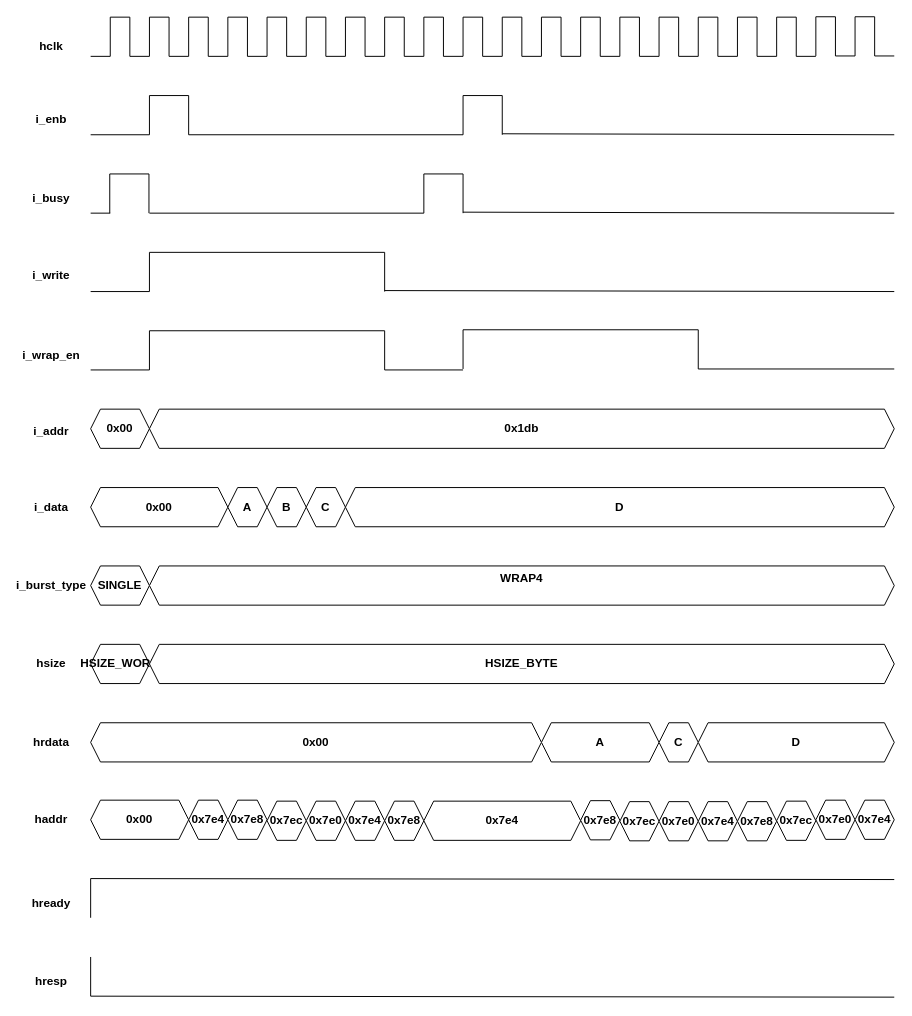
The draw.io diagram page "WRAP4" (16 of 18) of AMBA AHB.drawio in 106210049/AMBA-AHB, before the edit. Source tidied: cells renumbered, new cells numbered last; positions are measured from the earlier drawing's top-left corner, leaving out a move shared by most shapes. Both pictures are drawn from the tidied source at 98%, with x=0, y=0 at pixel (22, 17).
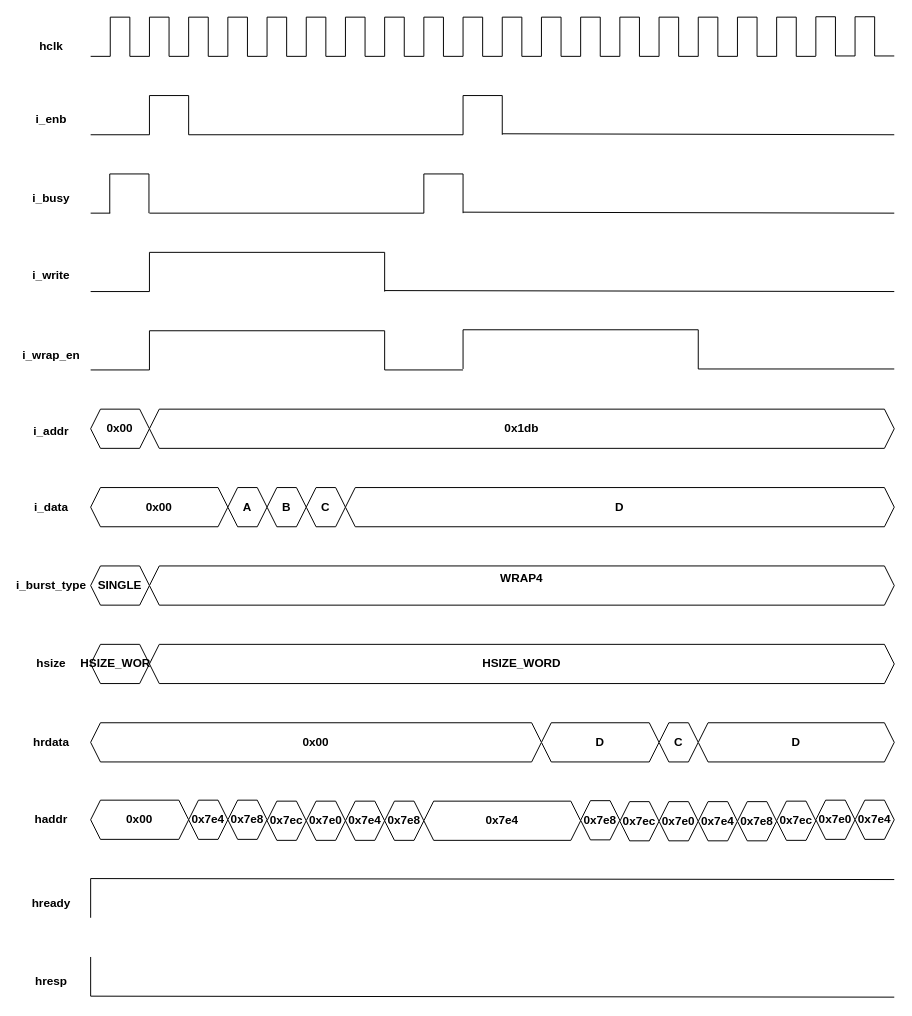
Above is the later version.

What changed in the source:
```diff
@@
-    <mxCell id="95" value="&lt;div&gt;HSIZE_BYTE&lt;/div&gt;" style="shape=hexagon;perimeter=hexagonPerimeter2;whiteSpace=wrap;html=1;shapeInside=1;fixedSize=1;size=10;fontStyle=1;" parent="1" vertex="1">
+    <mxCell id="95" value="&lt;div&gt;HSIZE_WORD&lt;/div&gt;" style="shape=hexagon;perimeter=hexagonPerimeter2;whiteSpace=wrap;html=1;shapeInside=1;fixedSize=1;size=10;fontStyle=1;" parent="1" vertex="1">
       <mxGeometry x="130" y="640" width="760" height="40" as="geometry" />
     </mxCell>
@@
-    <mxCell id="110" value="&lt;div&gt;A&lt;/div&gt;" style="shape=hexagon;perimeter=hexagonPerimeter2;whiteSpace=wrap;html=1;shapeInside=1;fixedSize=1;size=10;fontStyle=1;" parent="1" vertex="1">
+    <mxCell id="110" value="D" style="shape=hexagon;perimeter=hexagonPerimeter2;whiteSpace=wrap;html=1;shapeInside=1;fixedSize=1;size=10;fontStyle=1;" parent="1" vertex="1">
       <mxGeometry x="530" y="720" width="120" height="40" as="geometry" />
     </mxCell>
```
